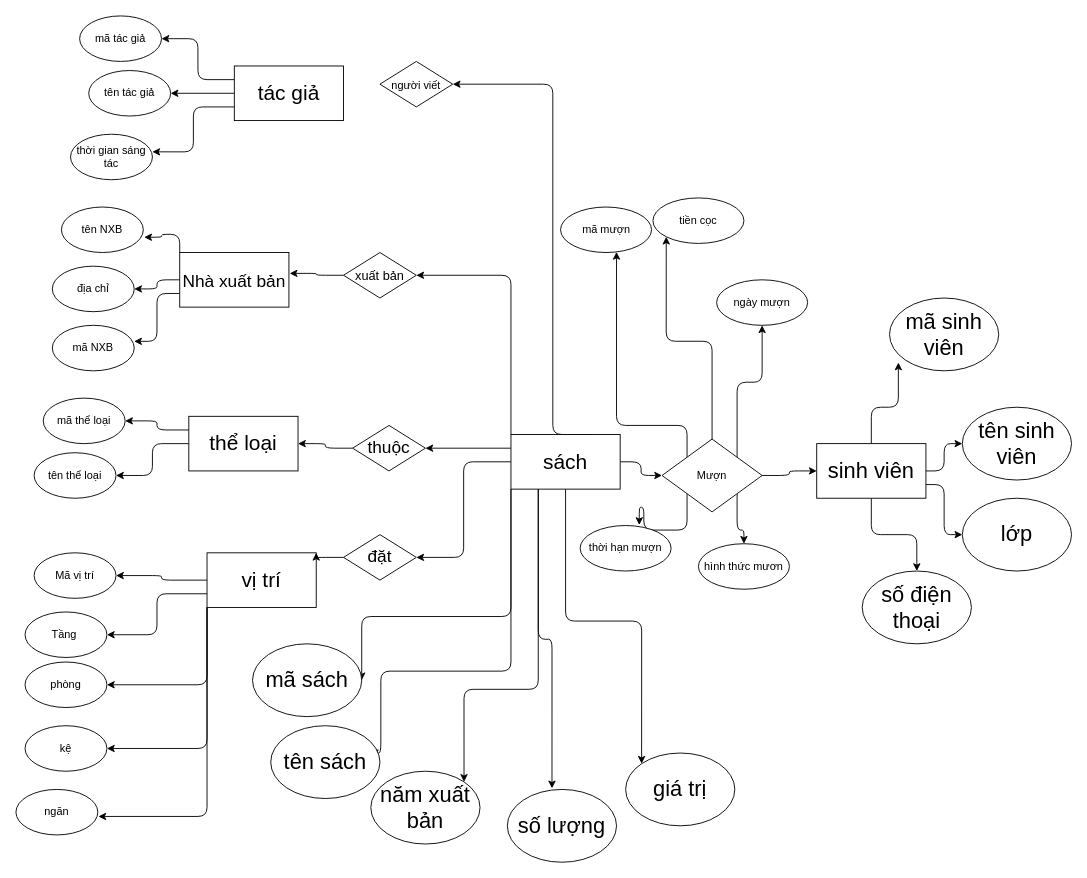
Before: Untitled Diagram.drawio in tidvn/tidvn, a draw.io diagram. Source tidied: cells renumbered, new cells numbered last; positions are measured from the earlier drawing's top-left corner, leaving out a move shared by most shapes. Both pictures are drawn from the tidied source at 91%, with x=0, y=0 at pixel (15, 15).
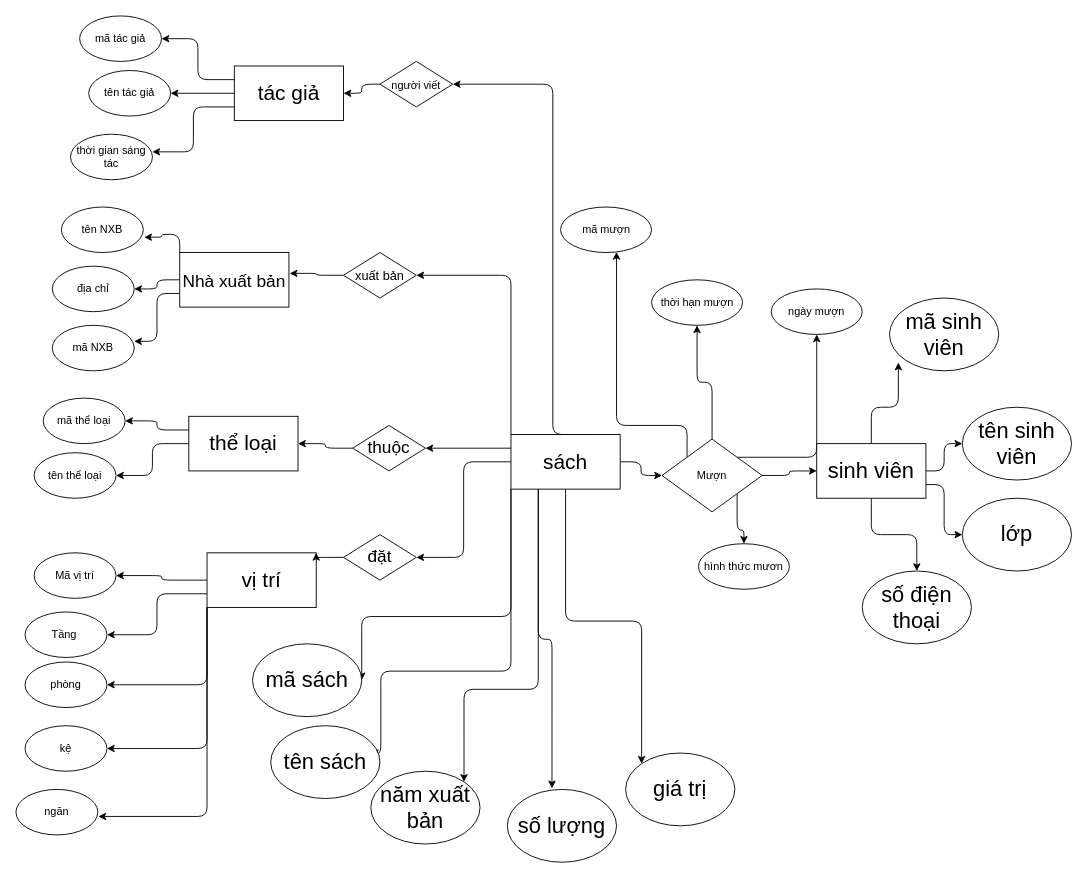
After the change.

The change refers to these unchanged cells:
```xml
<mxCell id="26" value="&lt;font style=&quot;font-size: 12px&quot;&gt;người viết&lt;/font&gt;" style="rhombus;whiteSpace=wrap;html=1;rounded=0;sketch=0;fontSize=19;" parent="1" vertex="1">
  <mxGeometry x="400" y="50" width="80" height="50" as="geometry" />
</mxCell>
<mxCell id="39" value="Mượn" style="rhombus;whiteSpace=wrap;html=1;rounded=0;sketch=0;fontSize=12;" parent="1" vertex="1">
  <mxGeometry x="710" y="465" width="110" height="80" as="geometry" />
</mxCell>
<mxCell id="61" value="tác giả" style="rounded=0;whiteSpace=wrap;html=1;sketch=0;fontSize=23;" parent="1" vertex="1">
  <mxGeometry x="240" y="55" width="120" height="60" as="geometry" />
</mxCell>
```

Change to the diagram source:
```diff
@@
+    <mxCell id="76" style="edgeStyle=orthogonalEdgeStyle;curved=0;rounded=1;sketch=0;jettySize=auto;html=1;exitX=0;exitY=0.5;exitDx=0;exitDy=0;entryX=1;entryY=0.5;entryDx=0;entryDy=0;fontSize=24;" parent="1" edge="1" source="26" target="61">
+      <mxGeometry relative="1" as="geometry" />
+    </mxCell>
@@
-    <mxCell id="35" style="edgeStyle=orthogonalEdgeStyle;curved=0;rounded=1;sketch=0;jettySize=auto;html=1;exitX=0.5;exitY=0;exitDx=0;exitDy=0;entryX=0;entryY=1;entryDx=0;entryDy=0;" parent="1" edge="1" source="39" target="57">
-      <mxGeometry relative="1" as="geometry" />
-    </mxCell>
-    <mxCell id="36" style="edgeStyle=orthogonalEdgeStyle;curved=0;rounded=1;sketch=0;jettySize=auto;html=1;exitX=0;exitY=1;exitDx=0;exitDy=0;entryX=0.65;entryY=-0.012;entryDx=0;entryDy=0;entryPerimeter=0;fontSize=24;" parent="1" edge="1" source="39" target="55">
-      <mxGeometry relative="1" as="geometry" />
-    </mxCell>
@@
+    <mxCell id="36" style="edgeStyle=orthogonalEdgeStyle;curved=0;rounded=1;sketch=0;jettySize=auto;html=1;exitX=0.5;exitY=0;exitDx=0;exitDy=0;entryX=0.5;entryY=1;entryDx=0;entryDy=0;fontSize=24;" parent="1" edge="1" source="39" target="55">
+      <mxGeometry relative="1" as="geometry" />
+    </mxCell>
@@
     <mxCell id="54" value="ngày mượn" style="ellipse;whiteSpace=wrap;html=1;rounded=0;sketch=0;" parent="1" vertex="1">
-      <mxGeometry x="770" y="290" width="100" height="50" as="geometry" />
+      <mxGeometry x="830" y="300" width="100" height="50" as="geometry" />
     </mxCell>
     <mxCell id="55" value="thời hạn mượn" style="ellipse;whiteSpace=wrap;html=1;rounded=0;sketch=0;" parent="1" vertex="1">
-      <mxGeometry x="620" y="560" width="100" height="50" as="geometry" />
+      <mxGeometry x="698.5" y="290" width="100" height="50" as="geometry" />
     </mxCell>
@@
-    <mxCell id="57" value="tiền cọc" style="ellipse;whiteSpace=wrap;html=1;rounded=0;sketch=0;" parent="1" vertex="1">
-      <mxGeometry x="700" y="200" width="100" height="50" as="geometry" />
-    </mxCell>
```
